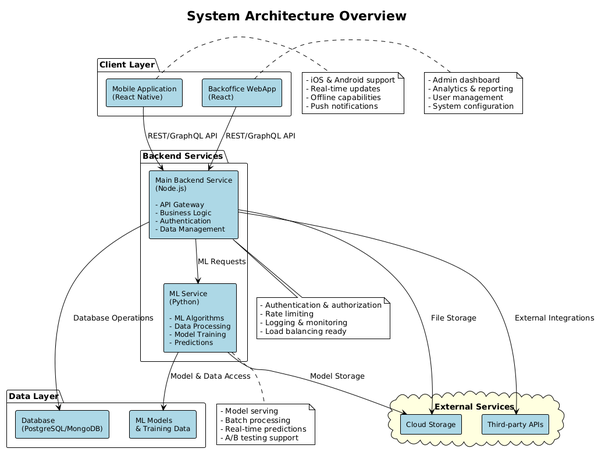
Before: assets/arch-1.png, a diagram exported from PlantUML (IS2-BCCDLM/tp-arch). Its diagram source:
```plantuml
@startuml
!theme plain
skinparam componentStyle rectangle
skinparam backgroundColor white
skinparam component {
    BackgroundColor lightblue
    BorderColor black
    FontSize 12
}
skinparam database {
    BackgroundColor lightgreen
    BorderColor black
}
skinparam cloud {
    BackgroundColor lightyellow
    BorderColor black
}

title System Architecture Overview

package "Client Layer" {
    component [Mobile Application\n(React Native)] as mobile
    component [Backoffice WebApp\n(React)] as webapp
}

package "Backend Services" {
    component [Main Backend Service\n(Node.js)\n\n- API Gateway\n- Business Logic\n- Authentication\n- Data Management] as mainapi
    component [ML Service\n(Python)\n\n- ML Algorithms\n- Data Processing\n- Model Training\n- Predictions] as mlservice
}

package "Data Layer" {
    database [Database\n(PostgreSQL/MongoDB)] as db
    database [ML Models\n& Training Data] as mldata
}

cloud "External Services" as external {
    component [Third-party APIs] as thirdparty
    component [Cloud Storage] as storage
}

mobile --> mainapi : REST/GraphQL API
webapp --> mainapi : REST/GraphQL API
mainapi --> db : Database Operations
mainapi --> mlservice : ML Requests
mlservice --> mldata : Model & Data Access
mainapi --> thirdparty : External Integrations
mainapi --> storage : File Storage
mlservice --> storage : Model Storage

note right of mobile
  - iOS & Android support
  - Real-time updates
  - Offline capabilities
  - Push notifications
end note

note right of webapp
  - Admin dashboard
  - Analytics & reporting
  - User management
  - System configuration
end note

note bottom of mainapi
  - Authentication & authorization
  - Rate limiting
  - Logging & monitoring
  - Load balancing ready
end note

note bottom of mlservice
  - Model serving
  - Batch processing
  - Real-time predictions
  - A/B testing support
end note

@enduml
```
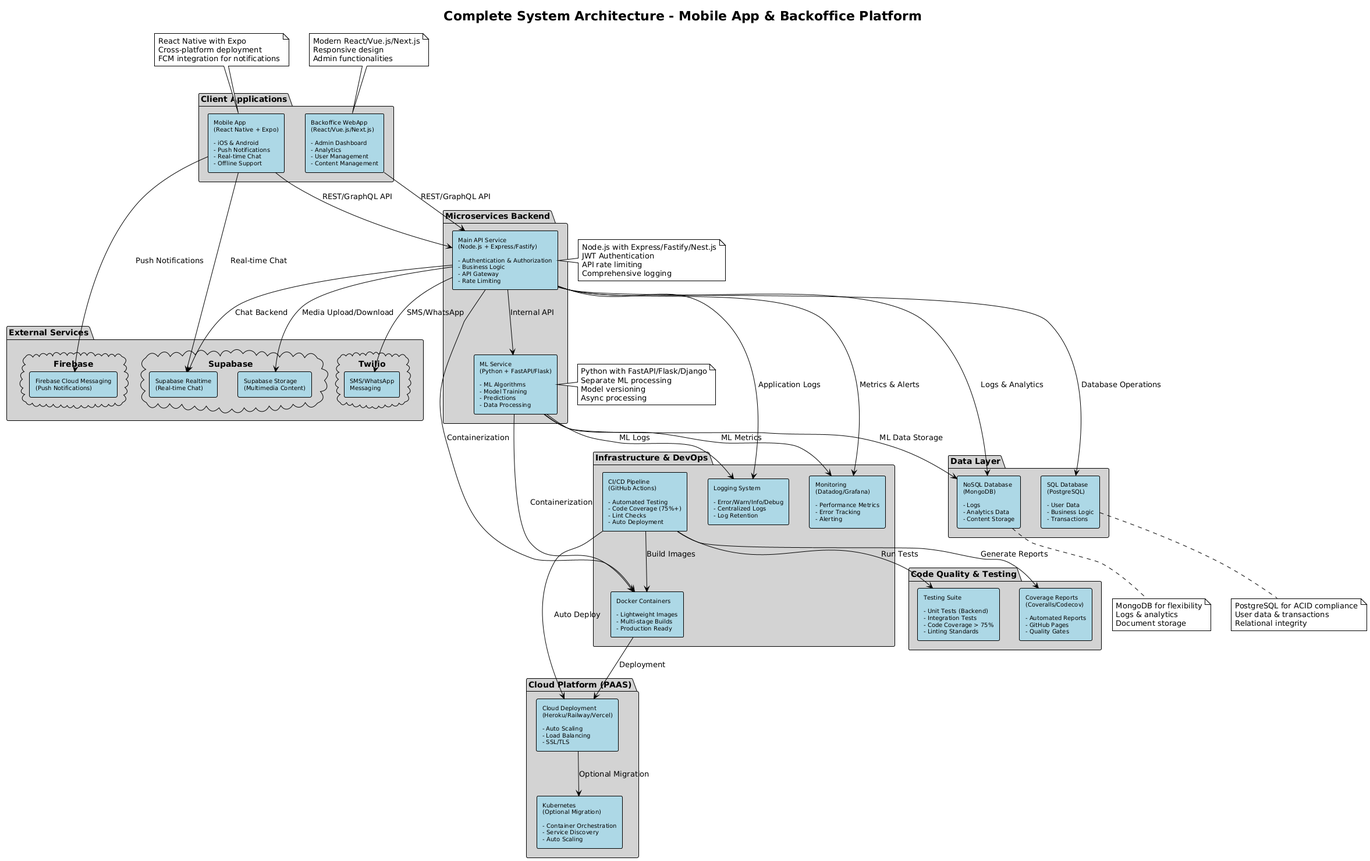
Later version of the same file.

The edit, as a diff of the source:
```diff
@@ -5,9 +5,9 @@
 skinparam component {
     BackgroundColor lightblue
     BorderColor black
-    FontSize 12
+    FontSize 10
 }
-skinparam database {
+ skinparam database {
     BackgroundColor lightgreen
     BorderColor black
 }
@@ -15,64 +15,122 @@
     BackgroundColor lightyellow
     BorderColor black
 }
-
-title System Architecture Overview
-
-package "Client Layer" {
-    component [Mobile Application\n(React Native)] as mobile
-    component [Backoffice WebApp\n(React)] as webapp
+skinparam package {
+    BackgroundColor lightgray
+    BorderColor black
 }
 
-package "Backend Services" {
-    component [Main Backend Service\n(Node.js)\n\n- API Gateway\n- Business Logic\n- Authentication\n- Data Management] as mainapi
-    component [ML Service\n(Python)\n\n- ML Algorithms\n- Data Processing\n- Model Training\n- Predictions] as mlservice
+title Complete System Architecture - Mobile App & Backoffice Platform
+
+package "Client Applications" {
+    component [Mobile App\n(React Native + Expo)\n\n- iOS & Android\n- Push Notifications\n- Real-time Chat\n- Offline Support] as mobile
+    component [Backoffice WebApp\n(React/Vue.js/Next.js)\n\n- Admin Dashboard\n- Analytics\n- User Management\n- Content Management] as webapp
+}
+
+package "Microservices Backend" {
+    component [Main API Service\n(Node.js + Express/Fastify)\n\n- Authentication & Authorization\n- Business Logic\n- API Gateway\n- Rate Limiting] as mainapi
+    component [ML Service\n(Python + FastAPI/Flask)\n\n- ML Algorithms\n- Model Training\n- Predictions\n- Data Processing] as mlservice
 }
 
 package "Data Layer" {
-    database [Database\n(PostgreSQL/MongoDB)] as db
-    database [ML Models\n& Training Data] as mldata
+    database [SQL Database\n(PostgreSQL)\n\n- User Data\n- Business Logic\n- Transactions] as sqldb
+    database [NoSQL Database\n(MongoDB)\n\n- Logs\n- Analytics Data\n- Content Storage] as nosqldb
 }
 
-cloud "External Services" as external {
-    component [Third-party APIs] as thirdparty
-    component [Cloud Storage] as storage
+package "External Services" {
+    cloud "Supabase" {
+        component [Supabase Storage\n(Multimedia Content)] as supabase_storage
+        component [Supabase Realtime\n(Real-time Chat)] as supabase_realtime
+    }
+    cloud "Firebase" {
+        component [Firebase Cloud Messaging\n(Push Notifications)] as fcm
+    }
+    cloud "Twilio" {
+        component [SMS/WhatsApp\nMessaging] as twilio
+    }
+}
+
+package "Infrastructure & DevOps" {
+    component [Docker Containers\n\n- Lightweight Images\n- Multi-stage Builds\n- Production Ready] as docker
+    component [CI/CD Pipeline\n(GitHub Actions)\n\n- Automated Testing\n- Code Coverage (75%+)\n- Lint Checks\n- Auto Deployment] as cicd
+    component [Monitoring\n(Datadog/Grafana)\n\n- Performance Metrics\n- Error Tracking\n- Alerting] as monitoring
+    component [Logging System\n\n- Error/Warn/Info/Debug\n- Centralized Logs\n- Log Retention] as logging
+}
+
+package "Cloud Platform (PAAS)" {
+    component [Cloud Deployment\n(Heroku/Railway/Vercel)\n\n- Auto Scaling\n- Load Balancing\n- SSL/TLS] as paas
+    component [Kubernetes\n(Optional Migration)\n\n- Container Orchestration\n- Service Discovery\n- Auto Scaling] as k8s
+}
+
+package "Code Quality & Testing" {
+    component [Testing Suite\n\n- Unit Tests (Backend)\n- Integration Tests\n- Code Coverage > 75%\n- Linting Standards] as testing
+    component [Coverage Reports\n(Coveralls/Codecov)\n\n- Automated Reports\n- GitHub Pages\n- Quality Gates] as coverage
 }
 
 mobile --> mainapi : REST/GraphQL API
 webapp --> mainapi : REST/GraphQL API
-mainapi --> db : Database Operations
-mainapi --> mlservice : ML Requests
-mlservice --> mldata : Model & Data Access
-mainapi --> thirdparty : External Integrations
-mainapi --> storage : File Storage
-mlservice --> storage : Model Storage
 
-note right of mobile
-  - iOS & Android support
-  - Real-time updates
-  - Offline capabilities
-  - Push notifications
+mainapi --> mlservice : Internal API
+mainapi --> sqldb : Database Operations
+mainapi --> nosqldb : Logs & Analytics
+mlservice --> nosqldb : ML Data Storage
+
+mobile --> supabase_realtime : Real-time Chat
+mobile --> fcm : Push Notifications
+mainapi --> supabase_storage : Media Upload/Download
+mainapi --> twilio : SMS/WhatsApp
+mainapi --> supabase_realtime : Chat Backend
+
+mainapi --> docker : Containerization
+mlservice --> docker : Containerization
+docker --> paas : Deployment
+paas --> k8s : Optional Migration
+mainapi --> monitoring : Metrics & Alerts
+mlservice --> monitoring : ML Metrics
+mainapi --> logging : Application Logs
+mlservice --> logging : ML Logs
+
+cicd --> testing : Run Tests
+cicd --> coverage : Generate Reports
+cicd --> docker : Build Images
+cicd --> paas : Auto Deploy
+
+note top of mobile
+  React Native with Expo
+  Cross-platform deployment
+  FCM integration for notifications
 end note
 
-note right of webapp
-  - Admin dashboard
-  - Analytics & reporting
-  - User management
-  - System configuration
+note top of webapp
+  Modern React/Vue.js/Next.js
+  Responsive design
+  Admin functionalities
 end note
 
-note bottom of mainapi
-  - Authentication & authorization
-  - Rate limiting
-  - Logging & monitoring
-  - Load balancing ready
+note right of mainapi
+  Node.js with Express/Fastify/Nest.js
+  JWT Authentication
+  API rate limiting
+  Comprehensive logging
 end note
 
-note bottom of mlservice
-  - Model serving
-  - Batch processing
-  - Real-time predictions
-  - A/B testing support
+note right of mlservice
+  Python with FastAPI/Flask/Django
+  Separate ML processing
+  Model versioning
+  Async processing
+end note
+
+note bottom of sqldb
+  PostgreSQL for ACID compliance
+  User data & transactions
+  Relational integrity
+end note
+
+note bottom of nosqldb
+  MongoDB for flexibility
+  Logs & analytics
+  Document storage
 end note
 
 @enduml
```
